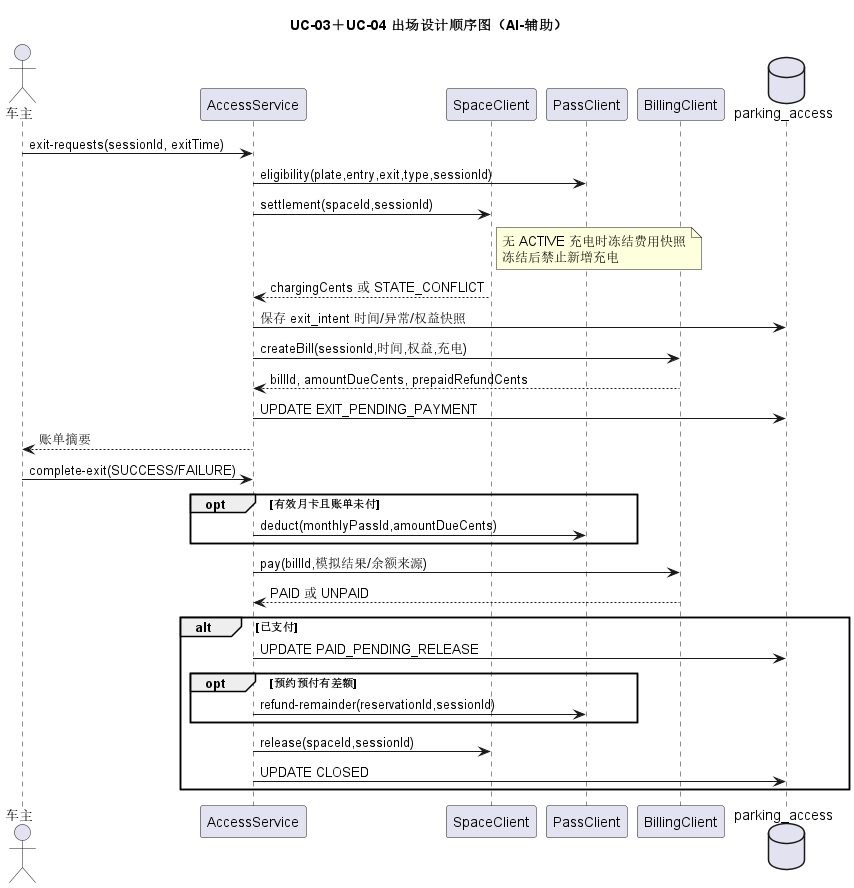
Before: models/rendered/08-exit-design-sequence.png, a diagram exported from PlantUML (Gindama713/UMLWORK). Source of this version:
```plantuml
@startuml
title UC-03＋UC-04 出场设计顺序图（AI-辅助）
actor 车主
participant "AccessService" as access
participant "SpaceClient" as space
participant "PassClient" as pass
participant "BillingClient" as billing
database "parking_access" as db
车主 -> access : exit-requests(sessionId, exitTime)
access -> pass : eligibility(plate,entry,exit,type,sessionId)
access -> space : settlement(spaceId,sessionId)
note right of space : 无 ACTIVE 充电时冻结费用快照\n冻结后禁止新增充电
space --> access : chargingCents 或 STATE_CONFLICT
access -> db : 保存 exit_intent 时间/异常/权益快照
access -> billing : createBill(sessionId,时间,权益,充电)
billing --> access : billId, amountDueCents, prepaidRefundCents
access -> db : UPDATE EXIT_PENDING_PAYMENT
access --> 车主 : 账单摘要
车主 -> access : complete-exit(SUCCESS/FAILURE)
opt 有效月卡且账单未付
  access -> pass : deduct(monthlyPassId,amountDueCents)
end
access -> billing : pay(billId,模拟结果/余额来源)
billing --> access : PAID 或 UNPAID
alt 已支付
  access -> db : UPDATE PAID_PENDING_RELEASE
  opt 预约预付有差额
    access -> pass : refund-remainder(reservationId,sessionId)
  end
  access -> space : release(spaceId,sessionId)
  access -> db : UPDATE CLOSED
end
@enduml
```
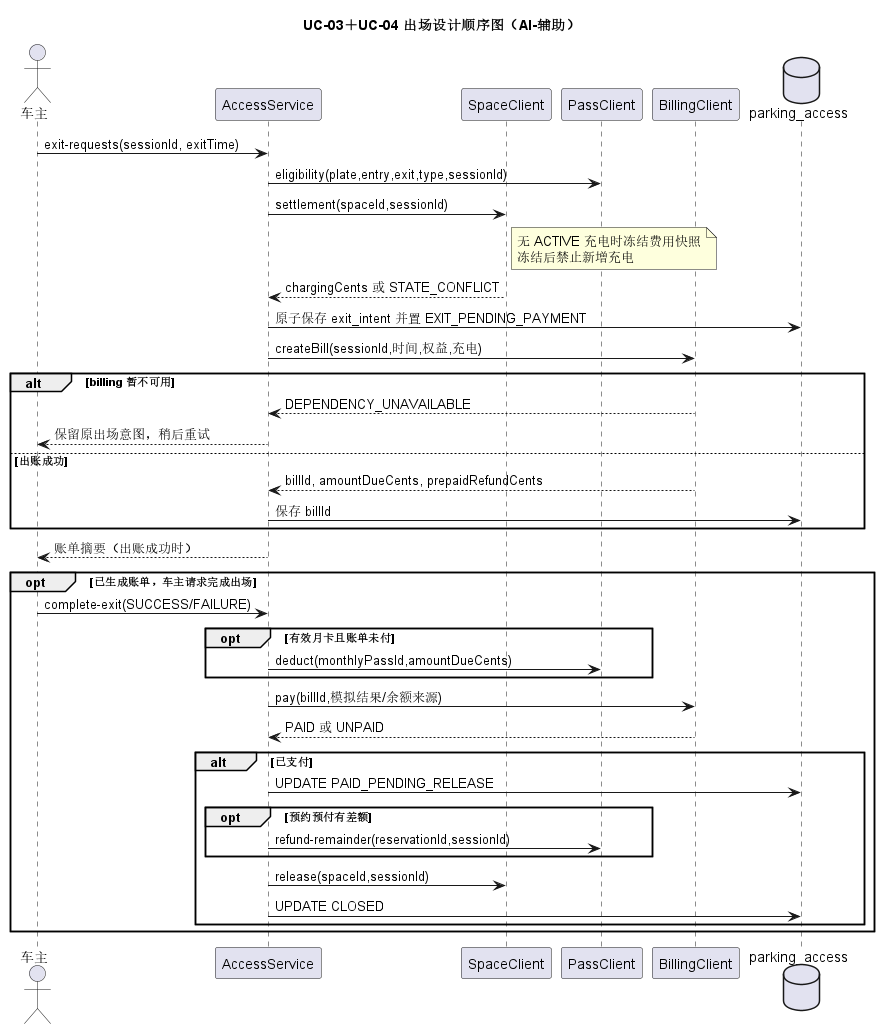
After the commit.

The edit, as a diff of the source:
```diff
@@ -11,11 +11,17 @@
 access -> space : settlement(spaceId,sessionId)
 note right of space : 无 ACTIVE 充电时冻结费用快照\n冻结后禁止新增充电
 space --> access : chargingCents 或 STATE_CONFLICT
-access -> db : 保存 exit_intent 时间/异常/权益快照
+access -> db : 原子保存 exit_intent 并置 EXIT_PENDING_PAYMENT
 access -> billing : createBill(sessionId,时间,权益,充电)
-billing --> access : billId, amountDueCents, prepaidRefundCents
-access -> db : UPDATE EXIT_PENDING_PAYMENT
-access --> 车主 : 账单摘要
+alt billing 暂不可用
+  billing --> access : DEPENDENCY_UNAVAILABLE
+  access --> 车主 : 保留原出场意图，稍后重试
+else 出账成功
+  billing --> access : billId, amountDueCents, prepaidRefundCents
+  access -> db : 保存 billId
+end
+access --> 车主 : 账单摘要（出账成功时）
+opt 已生成账单，车主请求完成出场
 车主 -> access : complete-exit(SUCCESS/FAILURE)
 opt 有效月卡且账单未付
   access -> pass : deduct(monthlyPassId,amountDueCents)
@@ -30,4 +36,5 @@
   access -> space : release(spaceId,sessionId)
   access -> db : UPDATE CLOSED
 end
+end
 @enduml
```
